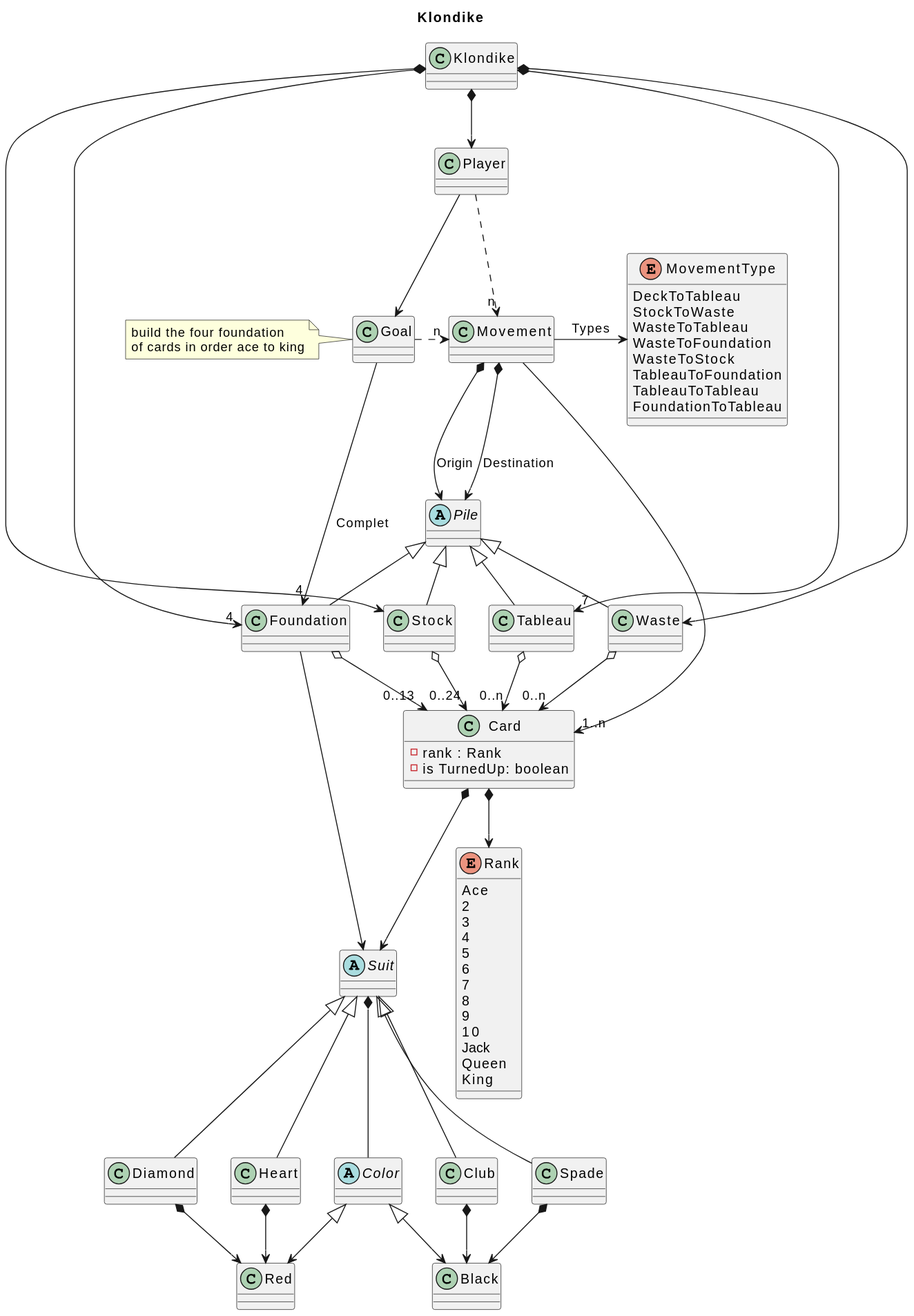
Juzzgoo/git_practicas keeps this PlantUML diagram as 04-plantuml/Klondike.svg. Above is the earlier version.
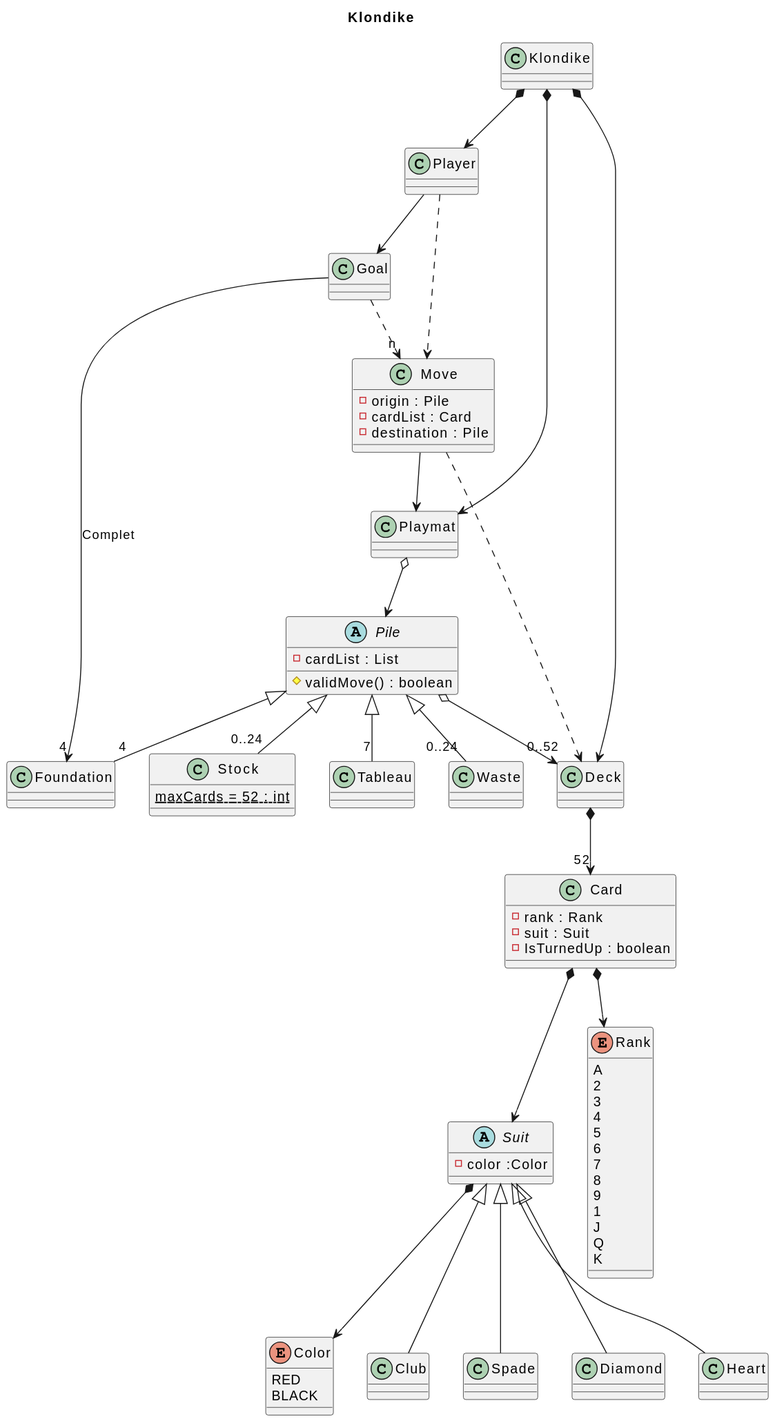
After the commit.

What changed in the source:
```diff
@@ -1,27 +1,43 @@
 @startuml
 title Klondike
+
 class Klondike
 class Player
-class Movement
+class Playmat
+class Deck
 class Goal
-note left
-build the four foundation
-of cards in order ace to king
-end note
-
-Abstract Pile
-class Foundation
-class Card
-{
- - rank : Rank
- - is TurnedUp: boolean
+class Stock{
+{static} maxCards = 52 : int
 }
-class Stock
-class Waste
-class Tableau
-Abstract Suit
-Enum Rank{
-Ace
+class Foundation{
+}
+class Tableau{
+}
+class Waste{
+}
+class Card{
+-rank : Rank
+-suit : Suit
+-IsTurnedUp : boolean
+}
+abstract Pile{
+- cardList : List
+# validMove() : boolean
+}
+abstract Suit{
+- color :Color
+}
+class Move{
+-origin : Pile
+-cardList : Card
+-destination : Pile
+}
+enum Color{
+RED
+BLACK
+}
+enum Rank{
+A
 2
 3
 4
@@ -30,70 +46,35 @@
 7
 8
 9
-10
-Jack
-Queen
-King
+1
+J
+Q
+K
 }
-Abstract Color
-class Club
-class Spade
-class Heart
-class Diamond
-class Red
-class Black
-Enum MovementType{
- DeckToTableau
- StockToWaste
- WasteToTableau
- WasteToFoundation
- WasteToStock
- TableauToFoundation
- TableauToTableau
- FoundationToTableau
-}
-Klondike *--> "4" Foundation
-Klondike *-down-> Player
-Klondike *--> Stock
-Klondike *--> Waste
-Klondike *--> "7" Tableau
-Player -down-> Goal
-Player .down.> "n" Movement
 
-Movement -down-> "1..n" Card
-Movement *-down-> Pile : Origin
-Movement *-down-> Pile : Destination
-Movement -right-> MovementType : Types
+Klondike *--> Player
+Klondike *--> Deck
+Klondike *--> Playmat
+Deck *-down-> "52" Card
+Player ..> Move
+Player --> Goal
+Goal --> "4" Foundation : "Complet"
+Goal ..> "n" Move
+Move ..> Deck
+Move --> Playmat
+Playmat o--> Pile
 
-Goal -down-> "4" Foundation : Complet
-Goal -.-right-> "n" Movement
+Pile <|-- "0..24" Stock
+Pile <|-- "0..24" Waste
+Pile <|-- "4" Foundation
+Pile <|-- "7" Tableau
+Pile o--> "0..52" Deck
 
-Pile <|-down- Foundation
-Pile <|-down- Stock
-Pile <|-down-Waste
-Pile <|-down- Tableau
-
-Card *-down-> Suit
-Card *-down-> Rank
-
-Suit <|-down- Club
-Suit <|-down- Spade
-Suit <|-down- Diamond
-Suit <|-down- Heart
-Suit *-down- Color
-
-Foundation -down-> Suit
-Foundation o-down-> "0..13" Card
-
-Color <|-down-> Black
-Color <|-down-> Red
-
-Diamond *-down-> Red
-Club *-down-> Black
-Heart *-down-> Red
-Spade *-down-> Black
-
-Stock o-down-> "0..24" Card
-Tableau o-down-> "0..n" Card
-Waste o-down-> "0..n" Card
+Suit <|-- Club
+Suit <|-- Spade
+Suit <|-- Diamond
+Suit <|--Heart
+Card *--> Suit
+Card *--> Rank
+Suit *--> Color
 @enduml
```
